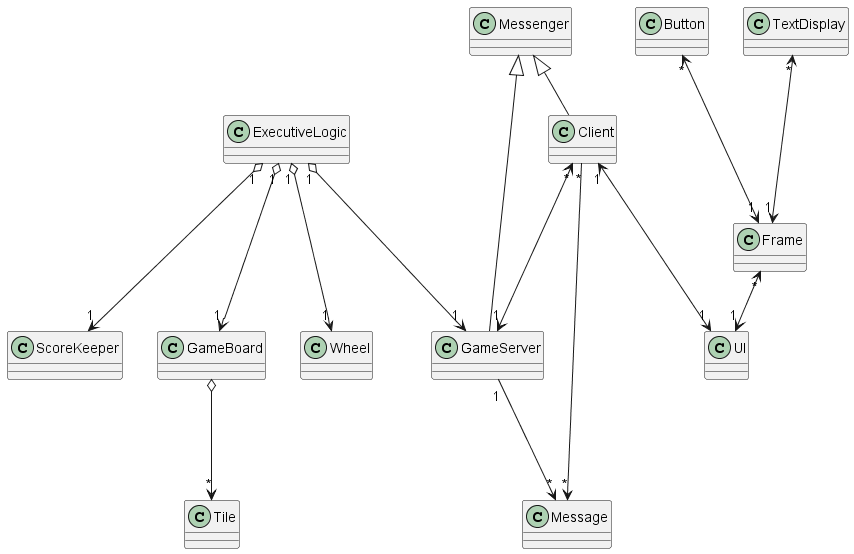
This is out/diagrams/class-diag-plantuml/Wheel of Jeopardy.png from poszy/def_spinit_project, a PlantUML export, as it was before one commit.
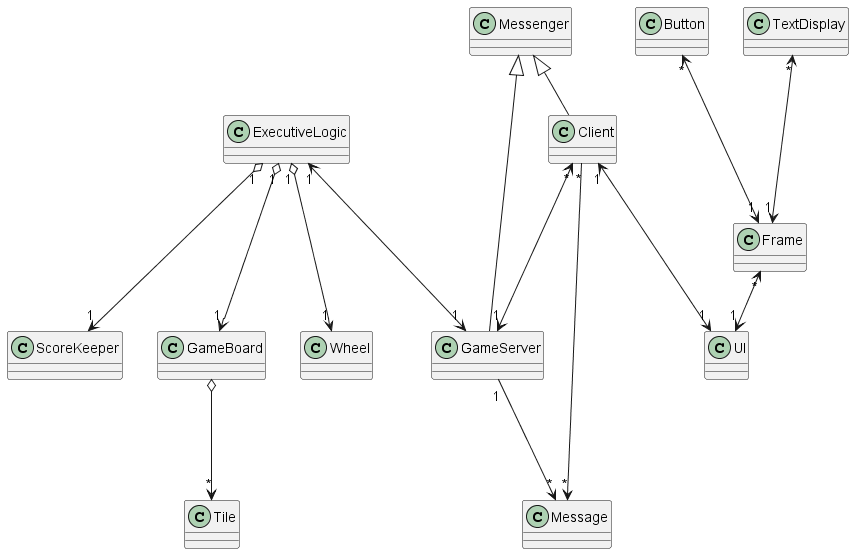
The same file after the commit.

Commit message:
add ref from gameserver to execlogic

The edit, as a diff of the source:
```diff
@@ -64,7 +64,7 @@
 ExecutiveLogic "1" o---> "1" Wheel
 ExecutiveLogic "1" o---> "1" ScoreKeeper
 ExecutiveLogic "1" o---> "1" GameBoard
-ExecutiveLogic "1" o---> "1" GameServer
+ExecutiveLogic "1" <---> "1" GameServer
 
 Frame "*" <--> "1" UI /' assoc '/
 
```
